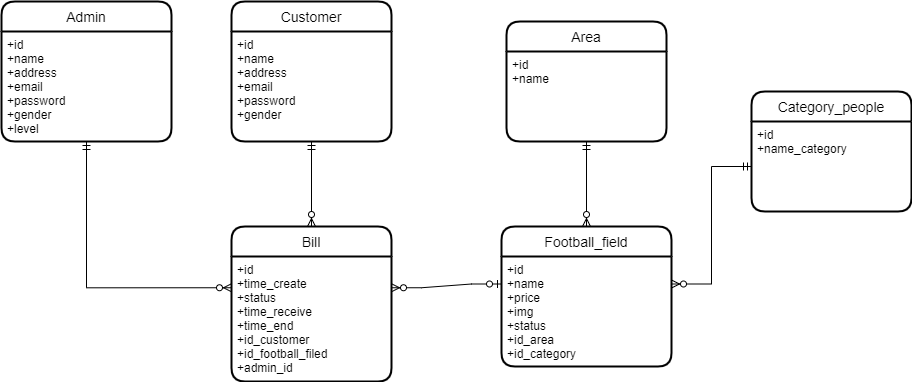
Earlier version of the draw.io export document/diagram.drawio.png (trungthienpyf/manager_football_field). Source tidied: cells renumbered, new cells last; positions are measured from the earlier drawing's top-left corner, leaving out a move shared by most shapes.
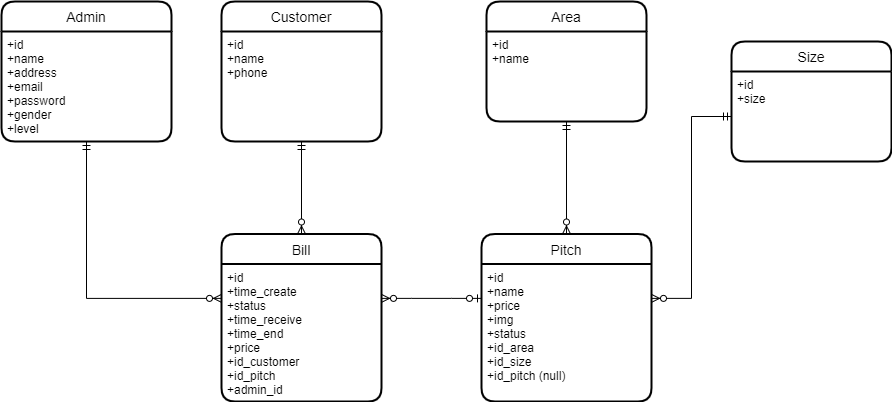
After the change.

The edit, as a diff of the source:
```diff
@@ -3,19 +3,19 @@
     <mxCell id="0" />
     <mxCell id="1" parent="0" />
     <mxCell id="2" value="Admin" style="swimlane;horizontal=1;startSize=30;rounded=1;fontSize=14;fontStyle=0;strokeWidth=2;shadow=0;dashed=0;align=center;" parent="1" vertex="1">
-      <mxGeometry width="170" height="140" as="geometry" />
+      <mxGeometry x="-410" y="20" width="170" height="140" as="geometry" />
     </mxCell>
     <mxCell id="3" value="+id&#10;+name&#10;+address&#10;+email&#10;+password&#10;+gender&#10;+level" style="align=left;strokeColor=none;fillColor=none;spacingLeft=4;fontSize=12;verticalAlign=top;" parent="2" vertex="1">
       <mxGeometry y="30" width="170" height="110" as="geometry" />
     </mxCell>
     <mxCell id="4" value="Customer" style="swimlane;horizontal=1;startSize=30;rounded=1;fontSize=14;fontStyle=0;strokeWidth=2;shadow=0;dashed=0;align=center;" parent="1" vertex="1">
-      <mxGeometry x="230" width="160" height="140" as="geometry" />
+      <mxGeometry x="-190" y="20" width="160" height="140" as="geometry" />
     </mxCell>
-    <mxCell id="5" value="+id&#10;+name&#10;+address&#10;+email&#10;+password&#10;+gender&#10;" style="align=left;strokeColor=none;fillColor=none;spacingLeft=4;fontSize=12;verticalAlign=top;" parent="4" vertex="1">
+    <mxCell id="5" value="+id&#10;+name&#10;+phone&#10;" style="align=left;strokeColor=none;fillColor=none;spacingLeft=4;fontSize=12;verticalAlign=top;" parent="4" vertex="1">
       <mxGeometry y="30" width="160" height="110" as="geometry" />
     </mxCell>
     <mxCell id="6" value="Area" style="swimlane;horizontal=1;startSize=30;rounded=1;fontSize=14;fontStyle=0;strokeWidth=2;shadow=0;dashed=0;align=center;" parent="1" vertex="1">
-      <mxGeometry x="505" y="20" width="160" height="120" as="geometry" />
+      <mxGeometry x="75" y="20" width="160" height="120" as="geometry" />
     </mxCell>
     <mxCell id="7" style="edgeStyle=none;rounded=0;jettySize=auto;html=1;" parent="6" edge="1" source="8" target="6">
       <mxGeometry relative="1" as="geometry" />
@@ -23,26 +23,26 @@
     <mxCell id="8" value="+id&#10;+name" style="align=left;strokeColor=none;fillColor=none;spacingLeft=4;fontSize=12;verticalAlign=top;" parent="6" vertex="1">
       <mxGeometry y="30" width="160" height="90" as="geometry" />
     </mxCell>
-    <mxCell id="9" value="Football_field" style="swimlane;horizontal=1;startSize=30;rounded=1;fontSize=14;fontStyle=0;strokeWidth=2;shadow=0;dashed=0;align=center;" parent="1" vertex="1">
-      <mxGeometry x="500" y="225" width="170" height="140" as="geometry" />
+    <mxCell id="9" value="Pitch" style="swimlane;horizontal=1;startSize=30;rounded=1;fontSize=14;fontStyle=0;strokeWidth=2;shadow=0;dashed=0;align=center;" parent="1" vertex="1">
+      <mxGeometry x="70" y="252.5" width="170" height="167.5" as="geometry" />
     </mxCell>
-    <mxCell id="10" value="+id&#10;+name&#10;+price&#10;+img&#10;+status&#10;+id_area&#10;+id_category" style="align=left;strokeColor=none;fillColor=none;spacingLeft=4;fontSize=12;verticalAlign=top;" parent="9" vertex="1">
-      <mxGeometry y="30" width="170" height="110" as="geometry" />
+    <mxCell id="10" value="+id &#10;+name&#10;+price&#10;+img&#10;+status&#10;+id_area &#10;+id_size&#10;+id_pitch (null)" style="align=left;strokeColor=none;fillColor=none;spacingLeft=4;fontSize=12;verticalAlign=top;" parent="9" vertex="1">
+      <mxGeometry y="30" width="170" height="137.5" as="geometry" />
     </mxCell>
-    <mxCell id="11" value="Category_people" style="swimlane;horizontal=1;startSize=30;rounded=1;fontSize=14;fontStyle=0;strokeWidth=2;shadow=0;dashed=0;align=center;" parent="1" vertex="1">
-      <mxGeometry x="750" y="90" width="160" height="120" as="geometry" />
+    <mxCell id="11" value="Size" style="swimlane;horizontal=1;startSize=30;rounded=1;fontSize=14;fontStyle=0;strokeWidth=2;shadow=0;dashed=0;align=center;" parent="1" vertex="1">
+      <mxGeometry x="320" y="60" width="160" height="120" as="geometry" />
     </mxCell>
     <mxCell id="12" style="edgeStyle=none;rounded=0;jettySize=auto;html=1;" parent="11" edge="1" source="13" target="11">
       <mxGeometry relative="1" as="geometry" />
     </mxCell>
-    <mxCell id="13" value="+id&#10;+name_category" style="align=left;strokeColor=none;fillColor=none;spacingLeft=4;fontSize=12;verticalAlign=top;" parent="11" vertex="1">
+    <mxCell id="13" value="+id&#10;+size" style="align=left;strokeColor=none;fillColor=none;spacingLeft=4;fontSize=12;verticalAlign=top;" parent="11" vertex="1">
       <mxGeometry y="30" width="160" height="90" as="geometry" />
     </mxCell>
     <mxCell id="14" value="Bill" style="swimlane;horizontal=1;startSize=30;rounded=1;fontSize=14;fontStyle=0;strokeWidth=2;shadow=0;dashed=0;align=center;" parent="1" vertex="1">
-      <mxGeometry x="230" y="225" width="160" height="155" as="geometry" />
+      <mxGeometry x="-190" y="252.5" width="160" height="167.5" as="geometry" />
     </mxCell>
-    <mxCell id="15" value="+id&#10;+time_create&#10;+status&#10;+time_receive&#10;+time_end&#10;+id_customer&#10;+id_football_filed&#10;+admin_id" style="align=left;strokeColor=none;fillColor=none;spacingLeft=4;fontSize=12;verticalAlign=top;" parent="14" vertex="1">
-      <mxGeometry y="30" width="160" height="125" as="geometry" />
+    <mxCell id="15" value="+id&#10;+time_create&#10;+status&#10;+time_receive&#10;+time_end&#10;+price&#10;+id_customer&#10;+id_pitch&#10;+admin_id" style="align=left;strokeColor=none;fillColor=none;spacingLeft=4;fontSize=12;verticalAlign=top;" parent="14" vertex="1">
+      <mxGeometry y="30" width="160" height="137.5" as="geometry" />
     </mxCell>
     <mxCell id="16" style="edgeStyle=orthogonalEdgeStyle;fontSize=12;html=1;endArrow=ERzeroToMany;startArrow=ERmandOne;rounded=0;exitX=0.5;exitY=1;exitDx=0;exitDy=0;entryX=0;entryY=0.25;entryDx=0;entryDy=0;" parent="1" edge="1" source="3" target="15">
       <mxGeometry relative="1" as="geometry" />
```
